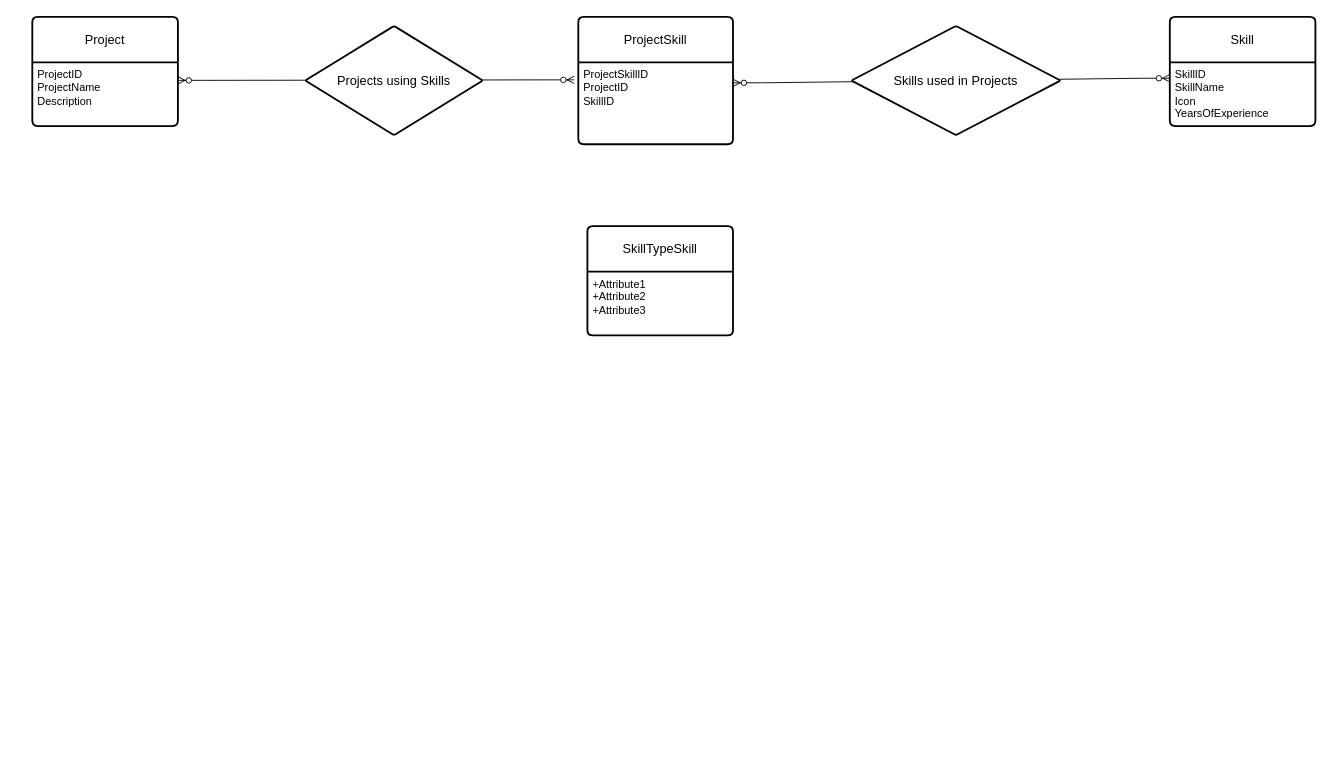
Before: ERDiagram-Skillspage.drawio in pau85/drawIoDatabaseDiagram, a draw.io diagram. Source tidied: cells renumbered, new cells numbered last; positions are measured from the earlier drawing's top-left corner, leaving out a move shared by most shapes. Both pictures are drawn from the tidied source at 91%, with x=0, y=0 at pixel (-482, 16).
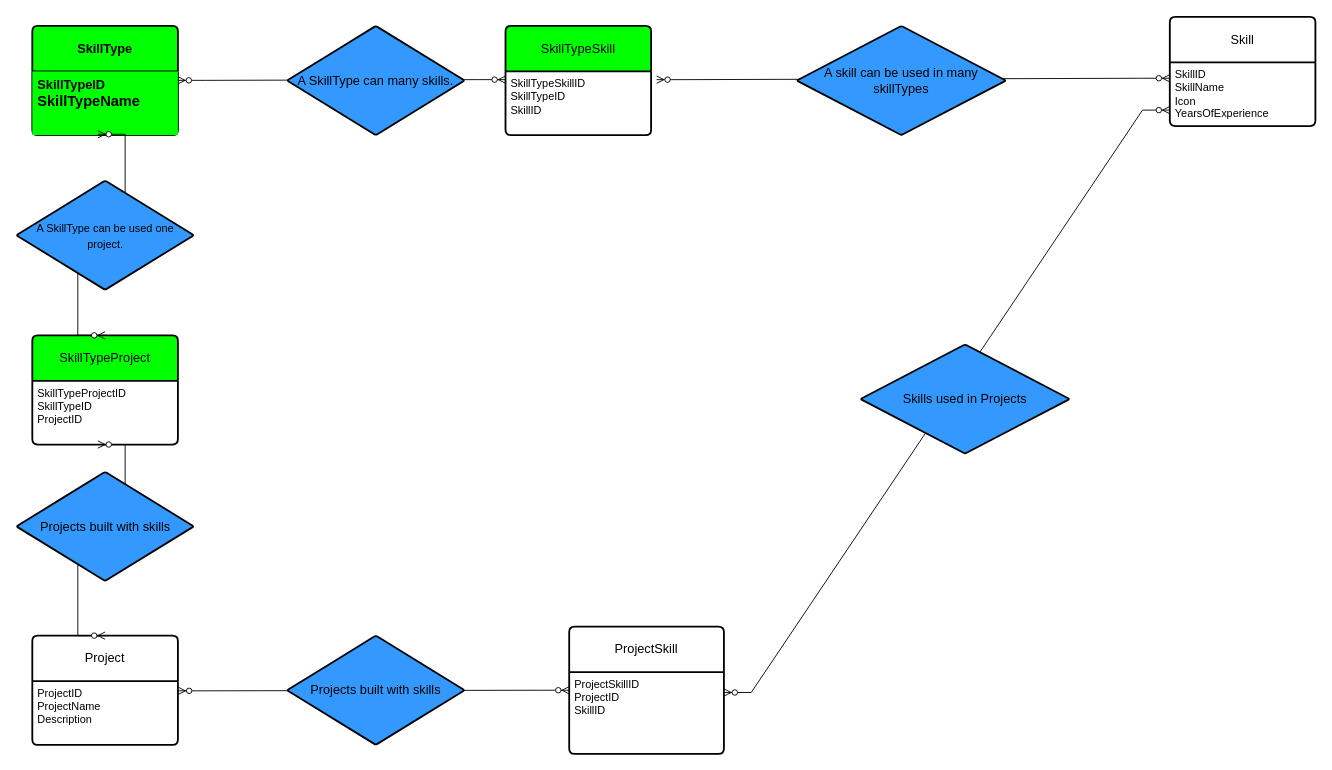
The same diagram, later.

Commit message:
Added all entities and relationships.

Unchanged cells that the change refers to:
```xml
<mxCell id="3" value="SkillID&lt;div&gt;SkillName&lt;/div&gt;&lt;div&gt;Icon&lt;/div&gt;&lt;div&gt;YearsOfExperience&lt;/div&gt;" style="align=left;strokeColor=none;fillColor=none;spacingLeft=4;fontSize=12;verticalAlign=top;html=1;" parent="2" vertex="1">
  <mxGeometry y="50" width="160" height="70" as="geometry" />
</mxCell>
<mxCell id="5" value="ProjectSkillID&lt;div&gt;ProjectID&lt;/div&gt;&lt;div&gt;SkillID&lt;/div&gt;" style="align=left;strokeColor=none;fillColor=none;spacingLeft=4;fontSize=12;verticalAlign=top;html=1;" parent="4" vertex="1">
  <mxGeometry y="50" width="170" height="90" as="geometry" />
</mxCell>
<mxCell id="9" value="ProjectID&lt;div&gt;ProjectName&lt;/div&gt;&lt;div&gt;Description&lt;/div&gt;&lt;div&gt;&lt;br&gt;&lt;/div&gt;" style="align=left;strokeColor=none;fillColor=none;spacingLeft=4;fontSize=12;verticalAlign=top;html=1;" parent="8" vertex="1">
  <mxGeometry y="50" width="160" height="70" as="geometry" />
</mxCell>
```

Diff of the diagram source:
```diff
@@
     <mxCell id="4" value="ProjectSkill" style="swimlane;horizontal=1;startSize=50;rounded=1;fontSize=14;fontStyle=0;strokeWidth=2;shadow=0;dashed=0;align=center;arcSize=4;whiteSpace=wrap;html=1;" parent="1" vertex="1">
-      <mxGeometry x="1165" width="170" height="140" as="geometry" />
+      <mxGeometry x="1155" y="670" width="170" height="140" as="geometry" />
     </mxCell>
@@
-    <mxCell id="6" style="edgeStyle=entityRelationEdgeStyle;fontSize=12;html=1;endArrow=ERzeroToMany;endFill=1;startArrow=ERzeroToMany;rounded=0;entryX=0;entryY=0.25;entryDx=0;entryDy=0;exitX=1;exitY=0.25;exitDx=0;exitDy=0;" parent="1" edge="1" source="5" target="3">
+    <mxCell id="6" style="edgeStyle=entityRelationEdgeStyle;fontSize=12;html=1;endArrow=ERzeroToMany;endFill=1;startArrow=ERzeroToMany;rounded=0;entryX=0;entryY=0.25;entryDx=0;entryDy=0;exitX=1.038;exitY=0.129;exitDx=0;exitDy=0;exitPerimeter=0;" parent="1" edge="1" source="11" target="3">
       <mxGeometry relative="1" as="geometry">
         <Array as="points">
           <mxPoint x="615" y="480" />
         </Array>
       </mxGeometry>
     </mxCell>
-    <mxCell id="7" value="Skills used in Projects" style="rhombus;whiteSpace=wrap;html=1;fontSize=14;fontStyle=0;startSize=50;rounded=1;strokeWidth=2;shadow=0;dashed=0;arcSize=4;resize=1;" parent="1" vertex="1">
-      <mxGeometry x="1465" y="10" width="230" height="120" as="geometry" />
-    </mxCell>
     <mxCell id="8" value="Project" style="swimlane;horizontal=1;startSize=50;rounded=1;fontSize=14;fontStyle=0;strokeWidth=2;shadow=0;dashed=0;align=center;arcSize=4;whiteSpace=wrap;html=1;" parent="1" vertex="1">
-      <mxGeometry x="565" width="160" height="120" as="geometry" />
+      <mxGeometry x="565" y="680" width="160" height="120" as="geometry" />
     </mxCell>
@@
-    <mxCell id="10" value="SkillTypeSkill" style="swimlane;horizontal=1;startSize=50;rounded=1;fontSize=14;fontStyle=0;strokeWidth=2;shadow=0;dashed=0;align=center;arcSize=4;whiteSpace=wrap;html=1;" parent="1" vertex="1">
-      <mxGeometry x="1175" y="230" width="160" height="120" as="geometry" />
+    <mxCell id="10" value="SkillTypeSkill" style="swimlane;horizontal=1;startSize=50;rounded=1;fontSize=14;fontStyle=0;strokeWidth=2;shadow=0;dashed=0;align=center;arcSize=4;whiteSpace=wrap;html=1;fillColor=#00FF00;" parent="1" vertex="1">
+      <mxGeometry x="1085" y="10" width="160" height="120" as="geometry" />
     </mxCell>
-    <mxCell id="11" value="+Attribute1&#10;+Attribute2&#10;+Attribute3" style="align=left;strokeColor=none;fillColor=none;spacingLeft=4;fontSize=12;verticalAlign=top;html=1;" parent="10" vertex="1">
+    <mxCell id="11" value="SkillTypeSkillID&lt;div&gt;SkillTypeID&lt;/div&gt;&lt;div&gt;SkillID&lt;/div&gt;" style="align=left;strokeColor=none;fillColor=none;spacingLeft=4;fontSize=12;verticalAlign=top;html=1;" parent="10" vertex="1">
       <mxGeometry y="50" width="160" height="70" as="geometry" />
     </mxCell>
-    <mxCell id="12" style="edgeStyle=entityRelationEdgeStyle;fontSize=12;html=1;endArrow=ERzeroToMany;endFill=1;startArrow=ERzeroToMany;rounded=0;entryX=-0.026;entryY=0.214;entryDx=0;entryDy=0;entryPerimeter=0;" parent="1" edge="1" target="5">
+    <mxCell id="12" style="edgeStyle=entityRelationEdgeStyle;fontSize=12;html=1;endArrow=ERzeroToMany;endFill=1;startArrow=ERzeroToMany;rounded=0;" parent="1" edge="1">
       <mxGeometry relative="1" as="geometry">
         <mxPoint x="725" y="69.8" as="sourcePoint" />
+        <mxPoint x="1085" y="69" as="targetPoint" />
         <Array as="points">
           <mxPoint y="458.8" />
         </Array>
       </mxGeometry>
     </mxCell>
+    <mxCell id="14" value="&lt;b&gt;&lt;font style=&quot;font-size: 14px;&quot;&gt;SkillType&lt;/font&gt;&lt;/b&gt;" style="swimlane;horizontal=1;startSize=50;rounded=1;fontSize=14;fontStyle=0;strokeWidth=2;shadow=0;dashed=0;align=center;arcSize=4;whiteSpace=wrap;html=1;fillColor=#00FF00;" parent="1" vertex="1">
+      <mxGeometry x="565" y="10" width="160" height="120" as="geometry" />
+    </mxCell>
+    <mxCell id="15" value="&lt;b&gt;&lt;font style=&quot;font-size: 14px;&quot;&gt;SkillTypeID&lt;/font&gt;&lt;/b&gt;&lt;div&gt;&lt;b&gt;&lt;font size=&quot;3&quot;&gt;SkillTypeName&lt;/font&gt;&lt;/b&gt;&lt;/div&gt;" style="align=left;strokeColor=none;fillColor=#00FF00;spacingLeft=4;fontSize=12;verticalAlign=top;html=1;" parent="14" vertex="1">
+      <mxGeometry y="50" width="160" height="70" as="geometry" />
+    </mxCell>
+    <mxCell id="16" style="edgeStyle=entityRelationEdgeStyle;fontSize=12;html=1;endArrow=ERzeroToMany;endFill=1;startArrow=ERzeroToMany;rounded=0;exitX=1.002;exitY=0.152;exitDx=0;exitDy=0;exitPerimeter=0;" parent="1" edge="1" source="9">
+      <mxGeometry relative="1" as="geometry">
+        <mxPoint x="1155" y="740" as="targetPoint" />
+        <Array as="points">
+          <mxPoint x="20" y="1128.5" />
+        </Array>
+      </mxGeometry>
+    </mxCell>
+    <mxCell id="17" value="A SkillType can many skills." style="rhombus;whiteSpace=wrap;html=1;fontSize=14;fontStyle=0;startSize=50;rounded=1;strokeWidth=2;shadow=0;dashed=0;arcSize=4;fillColor=#3399FF;" parent="1" vertex="1">
+      <mxGeometry x="845" y="10" width="195" height="120" as="geometry" />
+    </mxCell>
+    <mxCell id="18" value="SkillTypeProject" style="swimlane;horizontal=1;startSize=50;rounded=1;fontSize=14;fontStyle=0;strokeWidth=2;shadow=0;dashed=0;align=center;arcSize=4;whiteSpace=wrap;html=1;fillColor=#00FF00;" parent="1" vertex="1">
+      <mxGeometry x="565" y="350" width="160" height="120" as="geometry" />
+    </mxCell>
+    <mxCell id="19" value="SkillTypeProjectID&lt;div&gt;SkillTypeID&lt;/div&gt;&lt;div&gt;ProjectID&lt;/div&gt;" style="align=left;strokeColor=none;fillColor=none;spacingLeft=4;fontSize=12;verticalAlign=top;html=1;" parent="18" vertex="1">
+      <mxGeometry y="50" width="160" height="70" as="geometry" />
+    </mxCell>
+    <mxCell id="20" style="edgeStyle=entityRelationEdgeStyle;fontSize=12;html=1;endArrow=ERzeroToMany;endFill=1;startArrow=ERzeroToMany;rounded=0;entryX=0;entryY=0.75;entryDx=0;entryDy=0;exitX=1;exitY=0.25;exitDx=0;exitDy=0;" parent="1" edge="1" source="5" target="3">
+      <mxGeometry relative="1" as="geometry">
+        <Array as="points">
+          <mxPoint x="1335" y="740" />
+          <mxPoint x="1675" y="590" />
+        </Array>
+      </mxGeometry>
+    </mxCell>
+    <mxCell id="21" value="A skill can be used in many skillTypes" style="rhombus;whiteSpace=wrap;html=1;fontSize=14;fontStyle=0;startSize=50;rounded=1;strokeWidth=2;shadow=0;dashed=0;arcSize=4;resize=1;fillColor=#3399FF;" parent="1" vertex="1">
+      <mxGeometry x="1405" y="10" width="230" height="120" as="geometry" />
+    </mxCell>
-    <mxCell id="13" value="Projects using Skills" style="rhombus;whiteSpace=wrap;html=1;fontSize=14;fontStyle=0;startSize=50;rounded=1;strokeWidth=2;shadow=0;dashed=0;arcSize=4;" parent="1" vertex="1">
-      <mxGeometry x="865" y="10" width="195" height="120" as="geometry" />
+    <mxCell id="13" value="Projects built with skills" style="rhombus;whiteSpace=wrap;html=1;fontSize=14;fontStyle=0;startSize=50;rounded=1;strokeWidth=2;shadow=0;dashed=0;arcSize=4;fillColor=#3399FF;" parent="1" vertex="1">
+      <mxGeometry x="845" y="680" width="195" height="120" as="geometry" />
     </mxCell>
+    <mxCell id="7" value="Skills used in Projects" style="rhombus;whiteSpace=wrap;html=1;fontSize=14;fontStyle=0;startSize=50;rounded=1;strokeWidth=2;shadow=0;dashed=0;arcSize=4;resize=1;fillColor=#3399FF;" parent="1" vertex="1">
+      <mxGeometry x="1475" y="360" width="230" height="120" as="geometry" />
+    </mxCell>
+    <mxCell id="22" style="edgeStyle=entityRelationEdgeStyle;fontSize=12;html=1;endArrow=ERzeroToMany;endFill=1;startArrow=ERzeroToMany;rounded=0;exitX=0.45;exitY=0.986;exitDx=0;exitDy=0;exitPerimeter=0;entryX=0.5;entryY=0;entryDx=0;entryDy=0;" parent="1" edge="1" source="15" target="18">
+      <mxGeometry relative="1" as="geometry">
+        <Array as="points">
+          <mxPoint x="120" y="709.8" />
+        </Array>
+      </mxGeometry>
+    </mxCell>
+    <mxCell id="23" value="&lt;font style=&quot;font-size: 12px;&quot;&gt;A SkillType can be used one project.&lt;/font&gt;" style="rhombus;whiteSpace=wrap;html=1;fontSize=14;fontStyle=0;startSize=50;rounded=1;strokeWidth=2;shadow=0;dashed=0;arcSize=4;fillColor=#3399FF;" parent="1" vertex="1">
+      <mxGeometry x="547.5" y="180" width="195" height="120" as="geometry" />
+    </mxCell>
+    <mxCell id="24" style="edgeStyle=entityRelationEdgeStyle;fontSize=12;html=1;endArrow=ERzeroToMany;endFill=1;startArrow=ERzeroToMany;rounded=0;exitX=0.45;exitY=0.986;exitDx=0;exitDy=0;exitPerimeter=0;" parent="1" edge="1">
+      <mxGeometry relative="1" as="geometry">
+        <mxPoint x="637" y="470" as="sourcePoint" />
+        <mxPoint x="645" y="680" as="targetPoint" />
+        <Array as="points">
+          <mxPoint x="120" y="1050.8" />
+        </Array>
+      </mxGeometry>
+    </mxCell>
+    <mxCell id="25" value="Projects built with skills" style="rhombus;whiteSpace=wrap;html=1;fontSize=14;fontStyle=0;startSize=50;rounded=1;strokeWidth=2;shadow=0;dashed=0;arcSize=4;fillColor=#3399FF;" parent="1" vertex="1">
+      <mxGeometry x="547.5" y="500" width="195" height="120" as="geometry" />
+    </mxCell>
```
